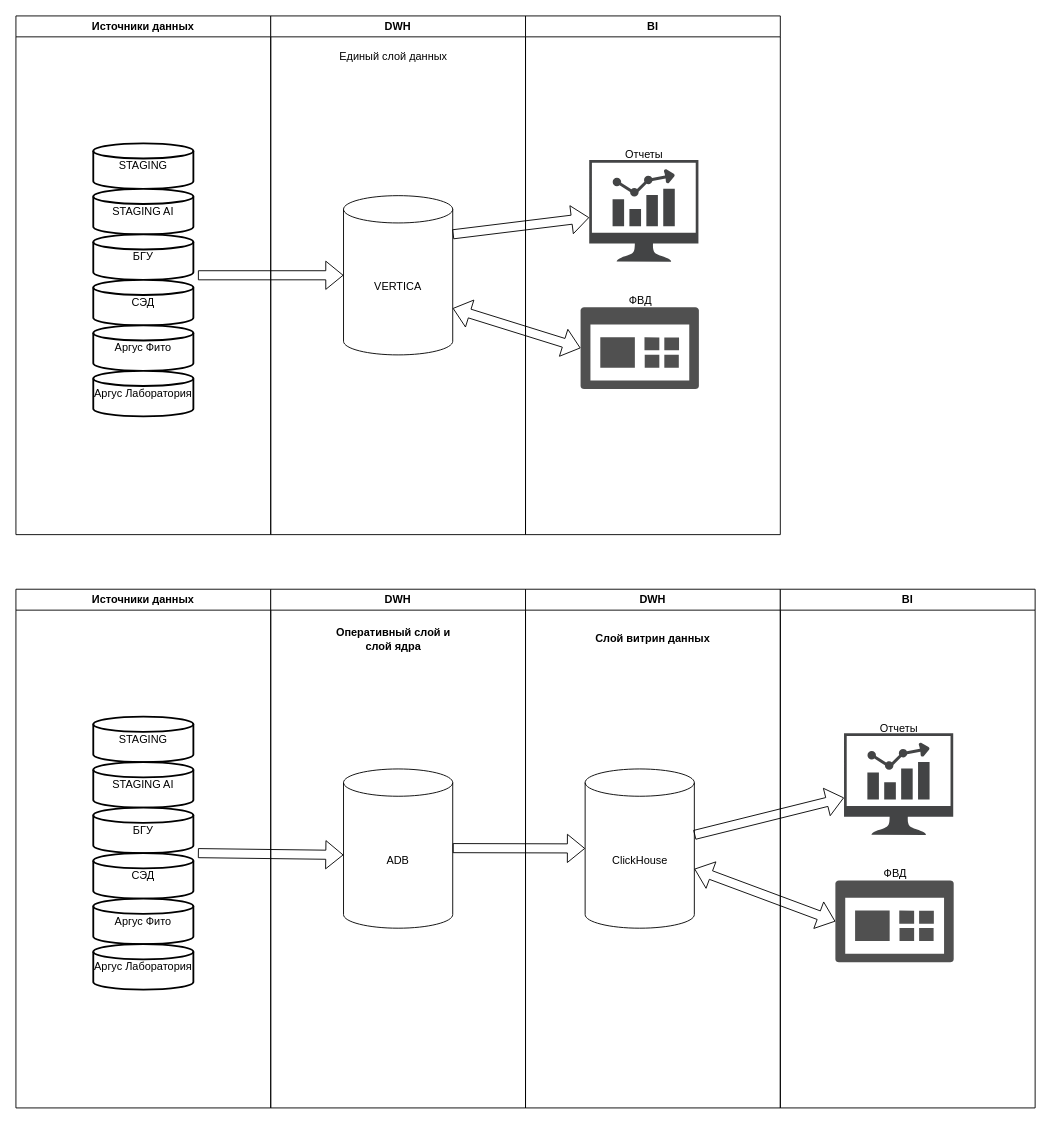
Neutr1-n0/draw_io keeps this draw.io diagram as page "Страница — 5" (5 of 5) of DEV_RSHN.drawio. Above is the earlier version. Source tidied: cells renumbered, new cells numbered last; positions are measured from the earlier drawing's top-left corner, leaving out a move shared by most shapes. Both pictures are drawn from the tidied source at 91%, with x=0, y=0 at pixel (15, 15).
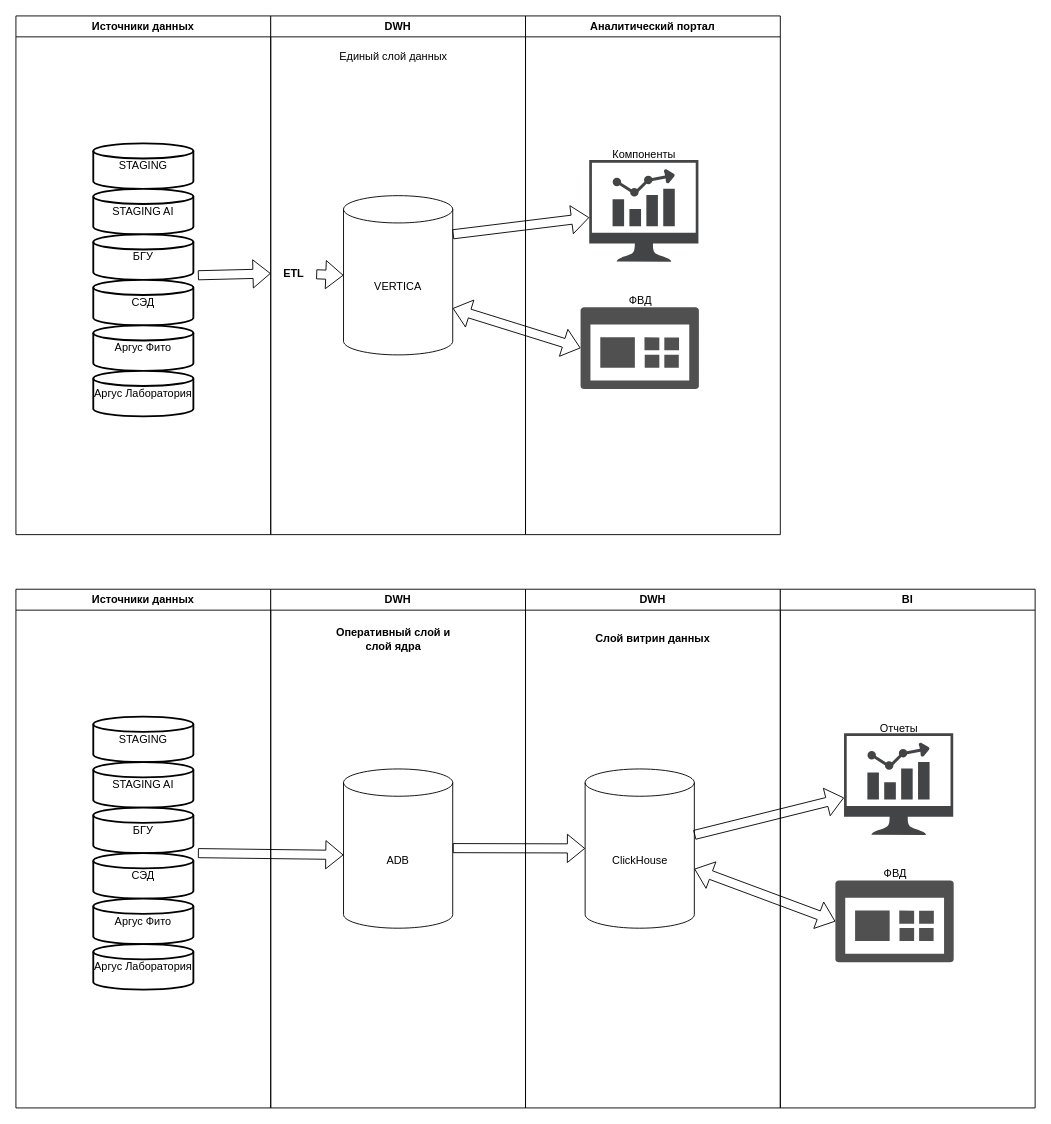
Above is the later version.

Unchanged cells that the change refers to:
```xml
<mxCell id="10" value="VERTICA" style="shape=cylinder3;whiteSpace=wrap;html=1;boundedLbl=1;backgroundOutline=1;size=15;" parent="9" vertex="1">
  <mxGeometry x="80" y="197.5" width="120" height="175" as="geometry" />
</mxCell>
```

What changed in the source:
```diff
@@
-    <mxCell id="12" value="BI" style="swimlane;whiteSpace=wrap;" parent="1" vertex="1">
+    <mxCell id="12" value="Аналитический портал" style="swimlane;whiteSpace=wrap;startSize=23;" parent="1" vertex="1">
       <mxGeometry x="560" width="280" height="570" as="geometry" />
     </mxCell>
@@
-    <mxCell id="16" value="Отчеты" style="text;html=1;align=center;verticalAlign=middle;strokeColor=none;fillColor=none;" parent="12" vertex="1">
-      <mxGeometry x="100" y="138" width="60" height="30" as="geometry" />
+    <mxCell id="16" value="Компоненты" style="text;html=1;align=center;verticalAlign=middle;strokeColor=none;fillColor=none;" parent="12" vertex="1">
+      <mxGeometry x="85" y="138" width="90" height="30" as="geometry" />
     </mxCell>
@@
-    <mxCell id="41" style="shape=flexArrow;endArrow=classic;html=1;rounded=0;entryX=0;entryY=0.5;entryDx=0;entryDy=0;entryPerimeter=0;" parent="1" edge="1" target="10">
-      <mxGeometry relative="1" as="geometry">
-        <mxPoint x="200" y="285" as="sourcePoint" />
-      </mxGeometry>
+    <mxCell id="41" style="shape=flexArrow;endArrow=classic;html=1;rounded=0;entryX=0;entryY=0.5;entryDx=0;entryDy=0;entryPerimeter=0;" parent="1" edge="1" source="43" target="10">
+      <mxGeometry relative="1" as="geometry" />
     </mxCell>
+    <mxCell id="42" style="shape=flexArrow;endArrow=classic;html=1;rounded=0;entryX=0;entryY=0.5;entryDx=0;entryDy=0;entryPerimeter=0;" parent="1" edge="1" target="43">
+      <mxGeometry relative="1" as="geometry">
+        <mxPoint x="200" y="285" as="sourcePoint" />
+      </mxGeometry>
+    </mxCell>
+    <mxCell id="43" value="&lt;b&gt;ETL&lt;/b&gt;" style="text;html=1;align=center;verticalAlign=middle;points=[];strokeColor=none;fillColor=none;" parent="1" vertex="1">
+      <mxGeometry x="280" y="268" width="50" height="30" as="geometry" />
+    </mxCell>
```
